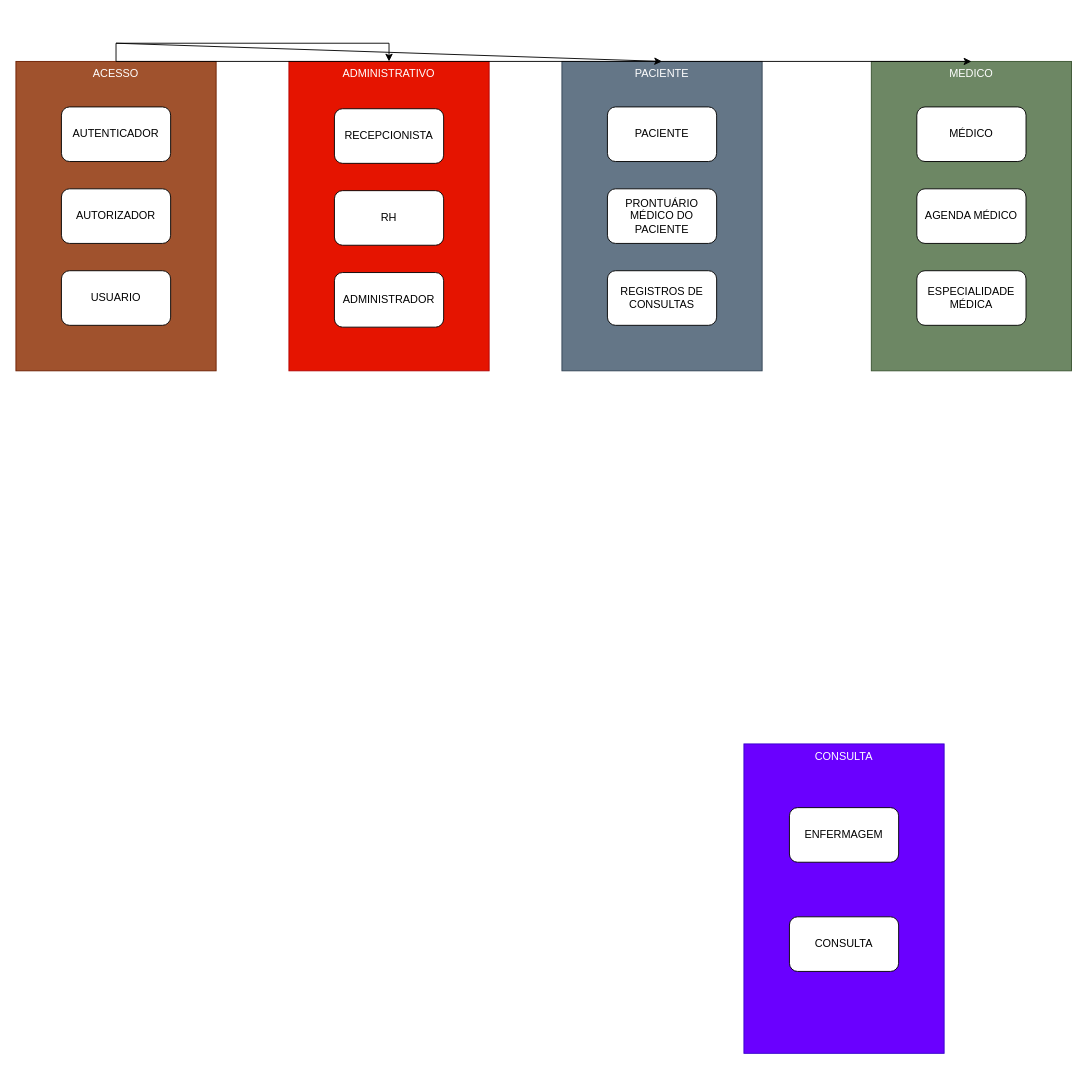
The draw.io diagram page "CONTEXTOS DELIMITADOS" (2 of 2) of documentacao/ddd/dddAloDoutor.drawio in fbiopereira/AloDoutor, before the edit. Source tidied: cells renumbered, new cells numbered last; positions are measured from the earlier drawing's top-left corner, leaving out a move shared by most shapes. Both pictures are drawn from the tidied source at 91%, with x=0, y=0 at pixel (15, 43).
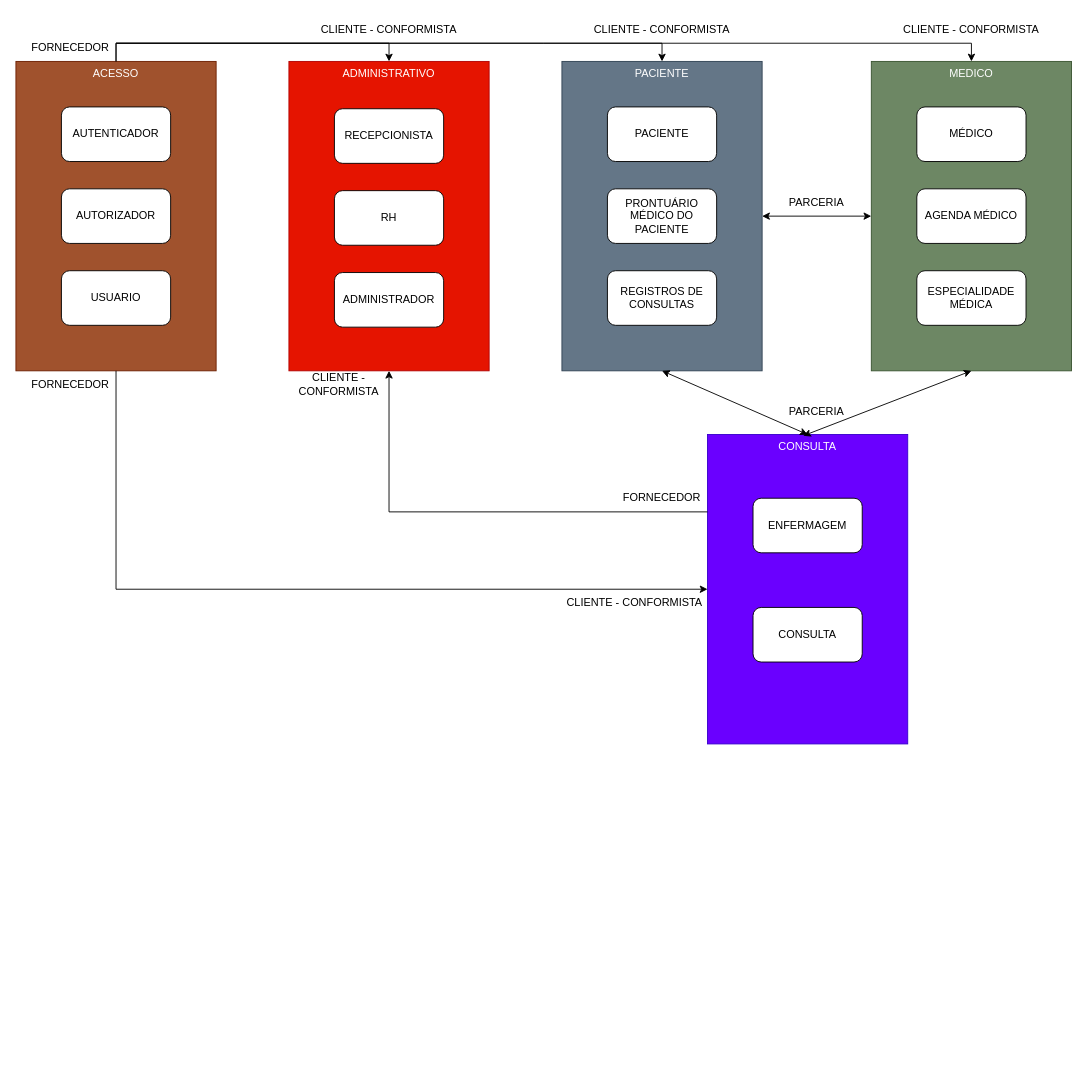
The same diagram, later.

The change refers to these unchanged cells:
```xml
<mxCell id="3" value="ADMINISTRATIVO" style="rounded=0;whiteSpace=wrap;html=1;verticalAlign=top;fillColor=#e51400;strokeColor=#B20000;fontColor=#ffffff;" parent="2" vertex="1">
  <mxGeometry width="220" height="340" as="geometry" />
</mxCell>
<mxCell id="8" value="MEDICO" style="rounded=0;whiteSpace=wrap;html=1;verticalAlign=top;fillColor=#6d8764;strokeColor=#3A5431;fontColor=#ffffff;" parent="7" vertex="1">
  <mxGeometry width="220" height="340" as="geometry" />
</mxCell>
<mxCell id="13" value="PACIENTE" style="rounded=0;whiteSpace=wrap;html=1;verticalAlign=top;fillColor=#647687;fontColor=#ffffff;strokeColor=#314354;" parent="12" vertex="1">
  <mxGeometry width="220" height="340" as="geometry" />
</mxCell>
<mxCell id="18" value="CONSULTA" style="rounded=0;whiteSpace=wrap;html=1;verticalAlign=top;fillColor=#6a00ff;strokeColor=#3700CC;fontColor=#ffffff;" parent="17" vertex="1">
  <mxGeometry width="220" height="340" as="geometry" />
</mxCell>
<mxCell id="22" value="ACESSO" style="rounded=0;whiteSpace=wrap;html=1;verticalAlign=top;fillColor=#a0522d;fontColor=#ffffff;strokeColor=#6D1F00;" parent="21" vertex="1">
  <mxGeometry width="220" height="340" as="geometry" />
</mxCell>
```

Diff of the diagram source:
```diff
@@
     <mxCell id="17" style="group;" parent="1" vertex="1">
-      <mxGeometry x="800" y="770" width="220" height="340" as="geometry" />
+      <mxGeometry x="760" y="430" width="220" height="340" as="geometry" />
     </mxCell>
@@
     <mxCell id="27" style="endArrow=classic;html=1;rounded=0;exitX=0.5;exitY=0;exitDx=0;exitDy=0;entryX=0.5;entryY=0;entryDx=0;entryDy=0;" parent="1" edge="1" source="22" target="8">
-      <mxGeometry relative="1" as="geometry" />
+      <mxGeometry relative="1" as="geometry">
+        <Array as="points">
+          <mxPoint x="110" />
+          <mxPoint x="580" />
+          <mxPoint x="1050" />
+        </Array>
+      </mxGeometry>
     </mxCell>
     <mxCell id="28" style="endArrow=classic;html=1;rounded=0;exitX=0.5;exitY=0;exitDx=0;exitDy=0;entryX=0.5;entryY=0;entryDx=0;entryDy=0;" parent="1" edge="1" target="13">
       <mxGeometry relative="1" as="geometry">
         <mxPoint x="110" as="sourcePoint" />
+        <Array as="points">
+          <mxPoint x="710" />
+        </Array>
       </mxGeometry>
     </mxCell>
+    <mxCell id="29" value="FORNECEDOR" style="text;html=1;strokeColor=none;fillColor=none;align=center;verticalAlign=middle;whiteSpace=wrap;rounded=0;" parent="1" vertex="1">
+      <mxGeometry x="30" y="-10" width="60" height="30" as="geometry" />
+    </mxCell>
+    <mxCell id="30" value="CLIENTE - CONFORMISTA" style="text;html=1;strokeColor=none;fillColor=none;align=center;verticalAlign=middle;whiteSpace=wrap;rounded=0;" parent="1" vertex="1">
+      <mxGeometry x="300" y="-30" width="220" height="30" as="geometry" />
+    </mxCell>
+    <mxCell id="31" value="CLIENTE - CONFORMISTA" style="text;html=1;strokeColor=none;fillColor=none;align=center;verticalAlign=middle;whiteSpace=wrap;rounded=0;" parent="1" vertex="1">
+      <mxGeometry x="600" y="-30" width="220" height="30" as="geometry" />
+    </mxCell>
+    <mxCell id="32" value="CLIENTE - CONFORMISTA" style="text;html=1;strokeColor=none;fillColor=none;align=center;verticalAlign=middle;whiteSpace=wrap;rounded=0;" parent="1" vertex="1">
+      <mxGeometry x="940" y="-30" width="220" height="30" as="geometry" />
+    </mxCell>
+    <mxCell id="33" style="endArrow=classic;startArrow=classic;html=1;rounded=0;exitX=1;exitY=0.5;exitDx=0;exitDy=0;entryX=0;entryY=0.5;entryDx=0;entryDy=0;" parent="1" edge="1" source="13" target="8">
+      <mxGeometry relative="1" as="geometry" />
+    </mxCell>
+    <mxCell id="34" value="PARCERIA" style="text;html=1;strokeColor=none;fillColor=none;align=center;verticalAlign=middle;whiteSpace=wrap;rounded=0;" parent="1" vertex="1">
+      <mxGeometry x="820" y="160" width="120" height="30" as="geometry" />
+    </mxCell>
+    <mxCell id="35" style="endArrow=classic;startArrow=classic;html=1;rounded=0;entryX=0.5;entryY=1;entryDx=0;entryDy=0;exitX=0.5;exitY=0;exitDx=0;exitDy=0;" parent="1" edge="1" source="18" target="13">
+      <mxGeometry relative="1" as="geometry" />
+    </mxCell>
+    <mxCell id="36" style="endArrow=classic;startArrow=classic;html=1;rounded=0;entryX=0.5;entryY=1;entryDx=0;entryDy=0;exitX=0.478;exitY=0.004;exitDx=0;exitDy=0;exitPerimeter=0;" parent="1" edge="1" source="18" target="8">
+      <mxGeometry relative="1" as="geometry" />
+    </mxCell>
+    <mxCell id="37" value="PARCERIA" style="text;html=1;strokeColor=none;fillColor=none;align=center;verticalAlign=middle;whiteSpace=wrap;rounded=0;" parent="1" vertex="1">
+      <mxGeometry x="820" y="390" width="120" height="30" as="geometry" />
+    </mxCell>
+    <mxCell id="38" style="endArrow=classic;html=1;rounded=0;exitX=0.5;exitY=1;exitDx=0;exitDy=0;entryX=0;entryY=0.5;entryDx=0;entryDy=0;" parent="1" edge="1" source="22" target="18">
+      <mxGeometry relative="1" as="geometry">
+        <Array as="points">
+          <mxPoint x="110" y="600" />
+        </Array>
+      </mxGeometry>
+    </mxCell>
+    <mxCell id="39" value="FORNECEDOR" style="text;html=1;strokeColor=none;fillColor=none;align=center;verticalAlign=middle;whiteSpace=wrap;rounded=0;" parent="1" vertex="1">
+      <mxGeometry x="30" y="360" width="60" height="30" as="geometry" />
+    </mxCell>
+    <mxCell id="40" value="CLIENTE - CONFORMISTA" style="text;html=1;strokeColor=none;fillColor=none;align=center;verticalAlign=middle;whiteSpace=wrap;rounded=0;" parent="1" vertex="1">
+      <mxGeometry x="600" y="600" width="160" height="30" as="geometry" />
+    </mxCell>
+    <mxCell id="41" style="endArrow=classic;html=1;rounded=0;exitX=0;exitY=0.25;exitDx=0;exitDy=0;entryX=0.5;entryY=1;entryDx=0;entryDy=0;" parent="1" edge="1" source="18" target="3">
+      <mxGeometry relative="1" as="geometry">
+        <Array as="points">
+          <mxPoint x="410" y="515" />
+        </Array>
+      </mxGeometry>
+    </mxCell>
+    <mxCell id="42" value="CLIENTE - CONFORMISTA" style="text;html=1;strokeColor=none;fillColor=none;align=center;verticalAlign=middle;whiteSpace=wrap;rounded=0;fontSize=12;" parent="1" vertex="1">
+      <mxGeometry x="300" y="360" width="110" height="30" as="geometry" />
+    </mxCell>
+    <mxCell id="43" value="FORNECEDOR" style="text;html=1;strokeColor=none;fillColor=none;align=center;verticalAlign=middle;whiteSpace=wrap;rounded=0;" parent="1" vertex="1">
+      <mxGeometry x="680" y="485" width="60" height="30" as="geometry" />
+    </mxCell>
```
